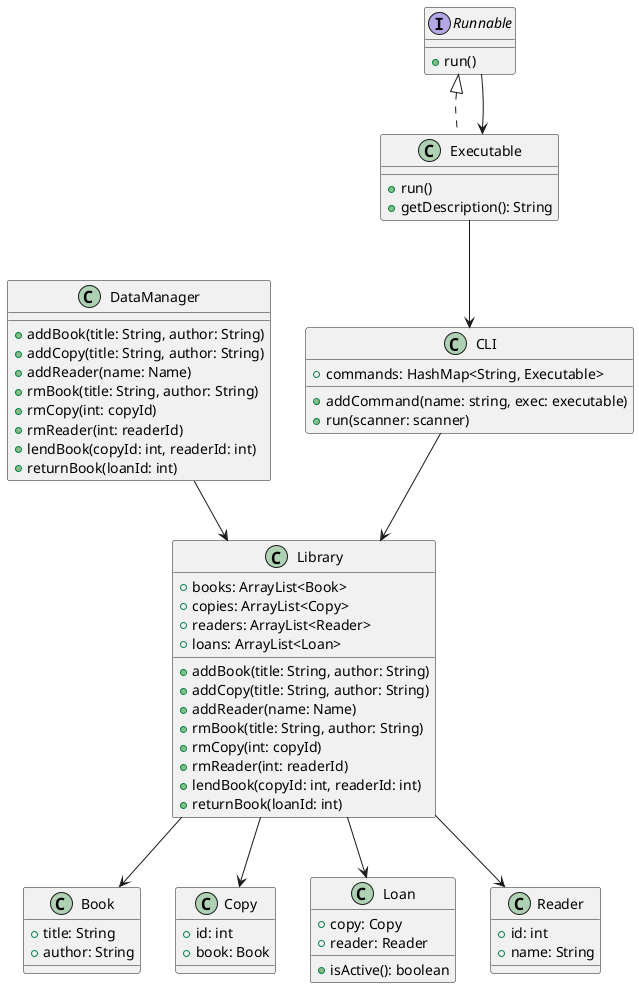
The PlantUML diagram list2/library/class.png in ShrikeBin/SoftEng, before a commit.
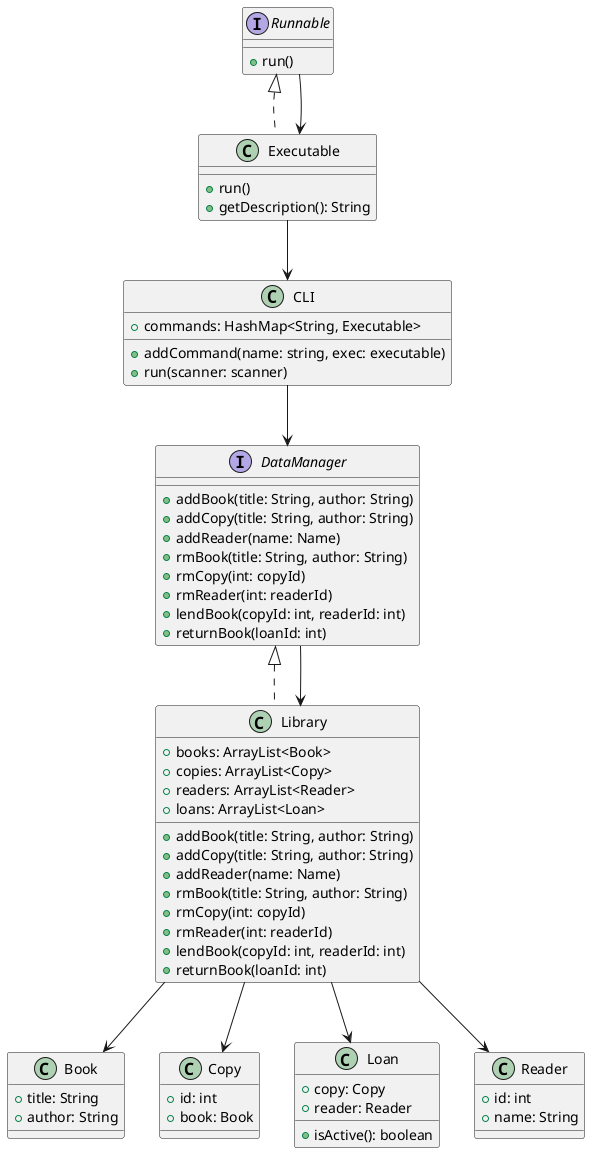
The same diagram one commit later.

Commit message:
another diagram fix

Change to the diagram source:
```diff
@@ -19,7 +19,7 @@
     +getDescription(): String
 }
 
-class DataManager
+interface DataManager
 {
     +addBook(title: String, author: String)
     +addCopy(title: String, author: String)
@@ -31,7 +31,7 @@
     +returnBook(loanId: int)
 }
 
-class Library
+class Library implements DataManager
 {
     +books: ArrayList<Book>
     +copies: ArrayList<Copy>
@@ -75,7 +75,7 @@
 Runnable --> Executable
 Executable --> CLI
 DataManager --> Library
-CLI --> Library
+CLI --> DataManager
 Library --> Book
 Library --> Copy
 Library --> Loan
```
